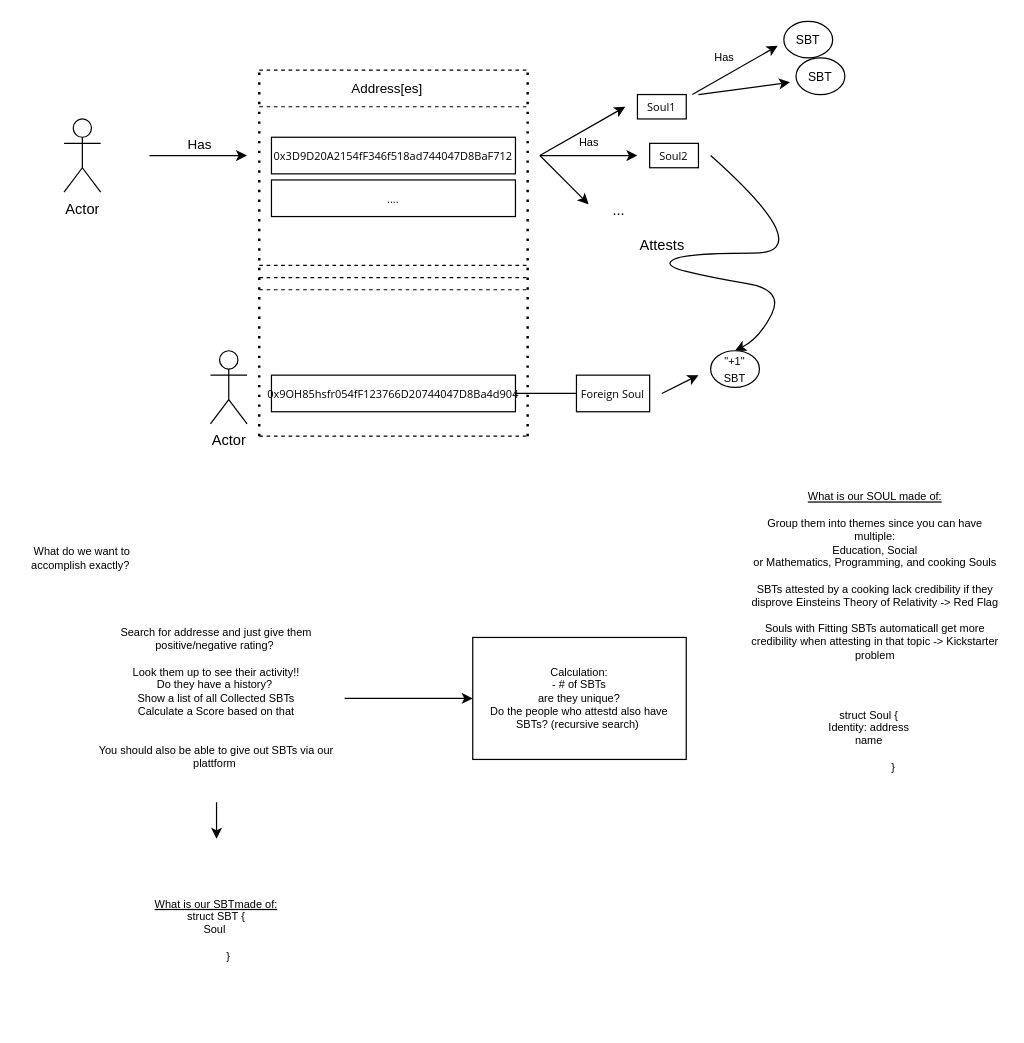
This is SBT Brainstorm (3).drawio from Alulx/Bachelorarbeit, a draw.io file, before an edit. Source tidied: cells renumbered, new cells numbered last; positions are measured from the earlier drawing's top-left corner, leaving out a move shared by most shapes. Both pictures are drawn from the tidied source at 122%, with x=0, y=0 at pixel (21, 21).
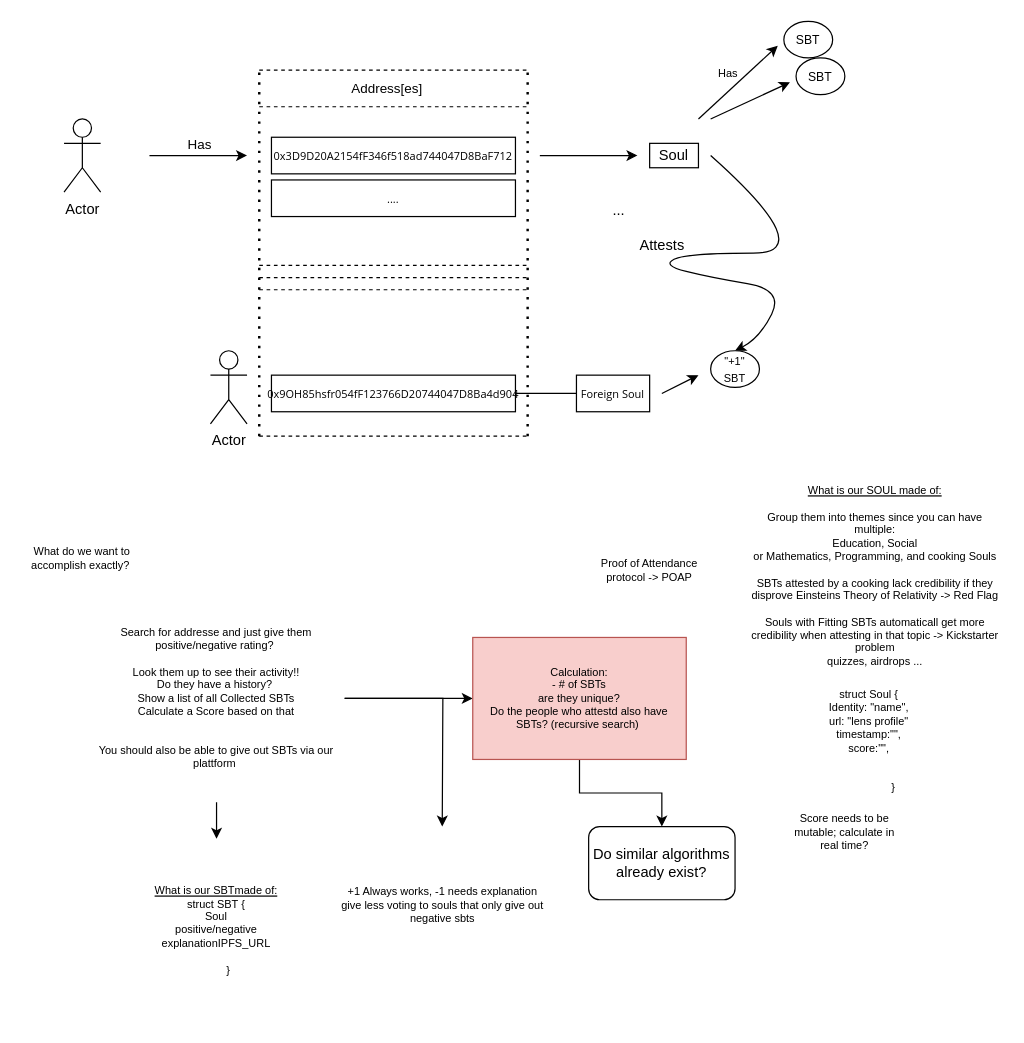
The same page after the edit.

Unchanged cells that the change refers to:
```xml
<mxCell id="39" value="Search for addresse and just give them positive/negative rating?&amp;nbsp;&lt;br&gt;&lt;br&gt;Look them up to see their activity!!&lt;br&gt;Do they have a history?&amp;nbsp;&lt;br&gt;Show a list of all Collected SBTs&lt;br&gt;Calculate a Score based on that&lt;br&gt;&lt;br&gt;&lt;br&gt;You should also be able to give out SBTs via our plattform&amp;nbsp;" style="text;html=1;strokeColor=none;fillColor=none;align=center;verticalAlign=middle;whiteSpace=wrap;rounded=0;fontSize=9;fontColor=#000000;" parent="1" vertex="1">
  <mxGeometry x="55" y="470" width="210" height="170" as="geometry" />
</mxCell>
```

Diff of the diagram source:
```diff
@@
-    <mxCell id="7" style="endArrow=classic;html=1;rounded=0;fontSize=9;fontColor=#000000;" parent="1" edge="1">
-      <mxGeometry relative="1" as="geometry">
-        <mxPoint x="425" y="110" as="sourcePoint" />
-        <mxPoint x="495" y="70" as="targetPoint" />
-      </mxGeometry>
-    </mxCell>
-    <mxCell id="8" value="Has" style="edgeLabel;html=1;align=center;verticalAlign=middle;fontSize=9;fontColor=#000000;" parent="7" vertex="1">
-      <mxGeometry x="-0.23" y="2" relative="1" as="geometry">
-        <mxPoint x="14" y="7" as="offset" />
-      </mxGeometry>
-    </mxCell>
@@
-    <mxCell id="10" style="endArrow=classic;html=1;rounded=0;fontSize=9;fontColor=#000000;" parent="1" edge="1">
-      <mxGeometry relative="1" as="geometry">
-        <mxPoint x="425" y="110" as="sourcePoint" />
-        <mxPoint x="465" y="150" as="targetPoint" />
-      </mxGeometry>
-    </mxCell>
@@
-    <mxCell id="12" value="&lt;span style=&quot;font-family: &amp;quot;Segoe UI&amp;quot;, Tahoma, sans-serif; text-align: start;&quot;&gt;&lt;font style=&quot;font-size: 9px;&quot;&gt;Soul1&lt;/font&gt;&lt;/span&gt;" style="rounded=0;whiteSpace=wrap;html=1;" parent="1" vertex="1">
-      <mxGeometry x="505" y="60" width="40" height="20" as="geometry" />
-    </mxCell>
-    <mxCell id="13" value="&lt;span style=&quot;font-family: &amp;quot;Segoe UI&amp;quot;, Tahoma, sans-serif; text-align: start;&quot;&gt;&lt;font style=&quot;font-size: 9px;&quot;&gt;Soul2&lt;/font&gt;&lt;/span&gt;" style="rounded=0;whiteSpace=wrap;html=1;" parent="1" vertex="1">
+    <mxCell id="13" value="Soul" style="rounded=0;whiteSpace=wrap;html=1;" parent="1" vertex="1">
       <mxGeometry x="515" y="100" width="40" height="20" as="geometry" />
     </mxCell>
@@
     <mxCell id="31" style="endArrow=classic;html=1;rounded=0;fontSize=9;fontColor=#000000;" parent="1" edge="1">
       <mxGeometry relative="1" as="geometry">
-        <mxPoint x="550" y="60" as="sourcePoint" />
+        <mxPoint x="555" y="80" as="sourcePoint" />
         <mxPoint x="620" y="20" as="targetPoint" />
       </mxGeometry>
     </mxCell>
@@
     <mxCell id="34" style="endArrow=classic;html=1;rounded=0;fontSize=9;fontColor=#000000;" parent="1" edge="1">
       <mxGeometry relative="1" as="geometry">
-        <mxPoint x="555" y="60" as="sourcePoint" />
+        <mxPoint x="565" y="80" as="sourcePoint" />
         <mxPoint x="630" y="50" as="targetPoint" />
       </mxGeometry>
     </mxCell>
@@
+    <mxCell id="44" style="edgeStyle=orthogonalEdgeStyle;rounded=0;jettySize=auto;html=1;" parent="1" edge="1" source="39">
+      <mxGeometry relative="1" as="geometry">
+        <mxPoint x="345" y="660" as="targetPoint" />
+      </mxGeometry>
+    </mxCell>
@@
+    <mxCell id="45" style="edgeStyle=orthogonalEdgeStyle;rounded=0;jettySize=auto;html=1;" parent="1" edge="1" source="40" target="49">
+      <mxGeometry relative="1" as="geometry" />
+    </mxCell>
-    <mxCell id="40" value="Calculation:&lt;br&gt;- # of SBTs&lt;br&gt;are they unique?&lt;br&gt;Do the people who attestd also have SBTs? (recursive search)&amp;nbsp;" style="whiteSpace=wrap;html=1;fontSize=9;fontColor=#000000;" parent="1" vertex="1">
+    <mxCell id="40" value="Calculation:&lt;br&gt;- # of SBTs&lt;br&gt;are they unique?&lt;br&gt;Do the people who attestd also have SBTs? (recursive search)&amp;nbsp;" style="whiteSpace=wrap;html=1;fontSize=9;fillColor=#f8cecc;strokeColor=#b85450;" parent="1" vertex="1">
       <mxGeometry x="370" y="505" width="175" height="100" as="geometry" />
     </mxCell>
-    <mxCell id="41" value="&lt;u&gt;What is our SOUL made of:&lt;br&gt;&lt;/u&gt;&lt;br&gt;Group them into themes since you can have multiple:&lt;br&gt;Education, Social&lt;br&gt;or Mathematics, Programming, and cooking Souls&lt;br&gt;&lt;br&gt;SBTs attested by a cooking lack credibility if they disprove Einsteins Theory of Relativity -&amp;gt; Red Flag&lt;br&gt;&lt;br&gt;Souls with Fitting SBTs automaticall get more credibility when attesting in that topic -&amp;gt; Kickstarter problem" style="text;html=1;strokeColor=none;fillColor=none;align=center;verticalAlign=middle;whiteSpace=wrap;rounded=0;fontSize=9;fontColor=#000000;" parent="1" vertex="1">
+    <mxCell id="41" value="&lt;u&gt;What is our SOUL made of:&lt;br&gt;&lt;/u&gt;&lt;br&gt;Group them into themes since you can have multiple:&lt;br&gt;Education, Social&lt;br&gt;or Mathematics, Programming, and cooking Souls&lt;br&gt;&lt;br&gt;SBTs attested by a cooking lack credibility if they disprove Einsteins Theory of Relativity -&amp;gt; Red Flag&lt;br&gt;&lt;br&gt;&lt;div&gt;Souls with Fitting SBTs automaticall get more credibility when attesting in that topic -&amp;gt; Kickstarter problem&lt;/div&gt;&lt;div&gt;quizzes, airdrops ...&lt;br&gt;&lt;/div&gt;" style="text;html=1;strokeColor=none;fillColor=none;align=center;verticalAlign=middle;whiteSpace=wrap;rounded=0;fontSize=9;fontColor=#000000;" parent="1" vertex="1">
       <mxGeometry x="595" y="380" width="210" height="150" as="geometry" />
     </mxCell>
-    <mxCell id="42" value="&lt;u&gt;What is our SBTmade of:&lt;br&gt;&lt;/u&gt;struct SBT {&lt;br&gt;Soul&amp;nbsp;&lt;br&gt;&lt;br&gt;&lt;span style=&quot;white-space: pre;&quot;&gt;&#9;&lt;/span&gt;}" style="text;html=1;strokeColor=none;fillColor=none;align=center;verticalAlign=middle;whiteSpace=wrap;rounded=0;fontSize=9;fontColor=#000000;" parent="1" vertex="1">
+    <mxCell id="42" value="&lt;u&gt;What is our SBTmade of:&lt;br&gt;&lt;/u&gt;struct SBT {&lt;br&gt;&lt;div&gt;Soul &lt;br&gt;&lt;/div&gt;&lt;div&gt;positive/negative&lt;/div&gt;&lt;div&gt;explanationIPFS_URL&lt;br&gt;&lt;/div&gt;&lt;br&gt;&lt;span style=&quot;white-space: pre;&quot;&gt;&#9;&lt;/span&gt;}" style="text;html=1;strokeColor=none;fillColor=none;align=center;verticalAlign=middle;whiteSpace=wrap;rounded=0;fontSize=9;fontColor=#000000;" parent="1" vertex="1">
       <mxGeometry x="55" y="670" width="210" height="150" as="geometry" />
     </mxCell>
-    <mxCell id="43" value="struct Soul {&lt;br&gt;Identity: address&lt;br&gt;name&lt;br&gt;&lt;br&gt;&lt;span style=&quot;white-space: pre;&quot;&gt;&#9;&lt;/span&gt;&lt;span style=&quot;white-space: pre;&quot;&gt;&#9;&lt;/span&gt;}" style="text;html=1;strokeColor=none;fillColor=none;align=center;verticalAlign=middle;whiteSpace=wrap;rounded=0;fontSize=9;fontColor=#000000;" parent="1" vertex="1">
+    <mxCell id="43" value="struct Soul {&lt;br&gt;&lt;div&gt;Identity: &quot;name&quot;,&lt;/div&gt;&lt;div&gt;url: &quot;lens profile&quot;&lt;/div&gt;&lt;div&gt;timestamp:&quot;&quot;,&lt;/div&gt;&lt;div&gt;score:&quot;&quot;,&lt;br&gt;&lt;/div&gt;&lt;br&gt;&lt;br&gt;&lt;span style=&quot;white-space: pre;&quot;&gt;&#9;&lt;/span&gt;&lt;span style=&quot;white-space: pre;&quot;&gt;&#9;&lt;/span&gt;}" style="text;html=1;strokeColor=none;fillColor=none;align=center;verticalAlign=middle;whiteSpace=wrap;rounded=0;fontSize=9;fontColor=#000000;" parent="1" vertex="1">
       <mxGeometry x="645" y="575" width="100" height="30" as="geometry" />
     </mxCell>
+    <mxCell id="46" value="Score needs to be mutable; calculate in real time? " style="text;html=1;strokeColor=none;fillColor=none;align=center;verticalAlign=middle;whiteSpace=wrap;rounded=0;fontSize=9;fontColor=#000000;" parent="1" vertex="1">
+      <mxGeometry x="625" y="650" width="100" height="30" as="geometry" />
+    </mxCell>
+    <mxCell id="47" value="Proof of Attendance protocol -&amp;gt; POAP" style="text;html=1;strokeColor=none;fillColor=none;align=center;verticalAlign=middle;whiteSpace=wrap;rounded=0;fontSize=9;fontColor=#000000;" parent="1" vertex="1">
+      <mxGeometry x="465" y="430" width="100" height="40" as="geometry" />
+    </mxCell>
+    <mxCell id="48" value="&lt;div&gt;+1 Always works, -1 needs explanation&lt;/div&gt;&lt;div&gt;give less voting to souls that only give out negative sbts&lt;br&gt;&lt;/div&gt;" style="text;html=1;strokeColor=none;fillColor=none;align=center;verticalAlign=middle;whiteSpace=wrap;rounded=0;fontSize=9;fontColor=#000000;" parent="1" vertex="1">
+      <mxGeometry x="255" y="660" width="181" height="130" as="geometry" />
+    </mxCell>
+    <mxCell id="49" value="Do similar algorithms already exist? " style="rounded=1;whiteSpace=wrap;html=1;" parent="1" vertex="1">
+      <mxGeometry x="465" y="660" width="120" height="60" as="geometry" />
+    </mxCell>
```
